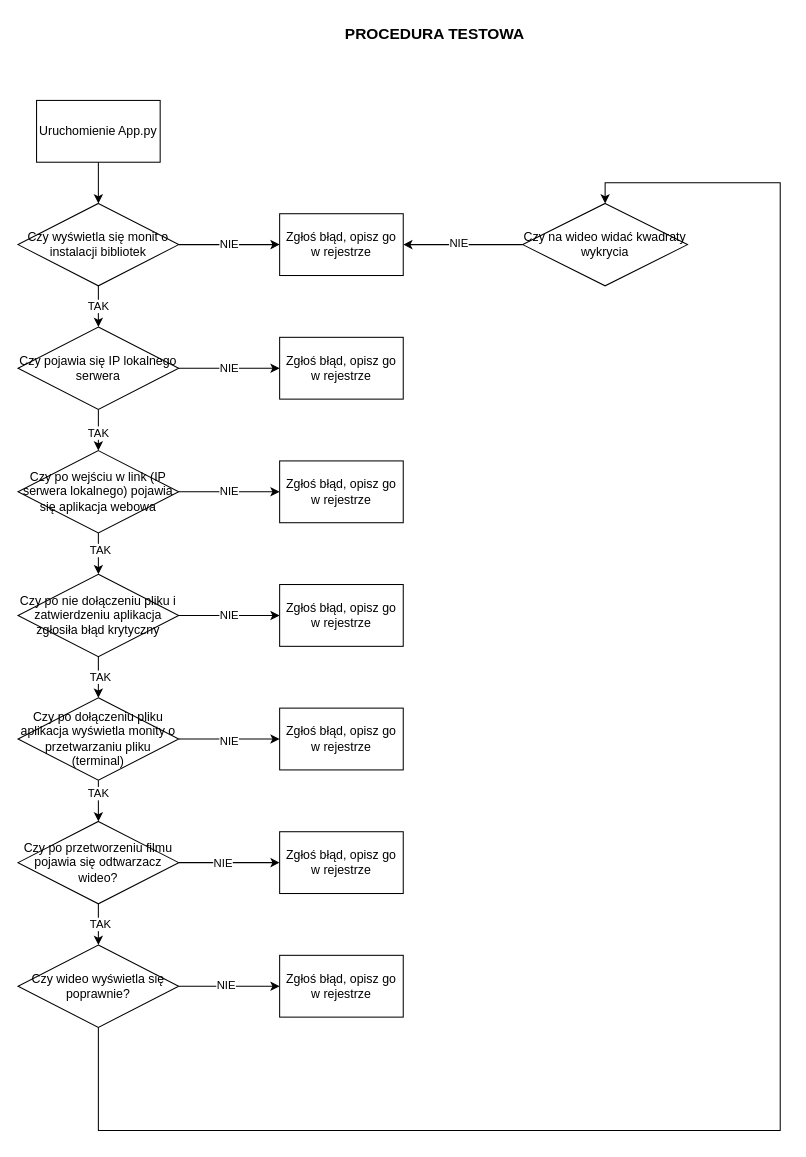
Before: LATO2024/Python/Projektv3/Testy aplikacji.drawio in maleckainez/NotatkiDSW, a draw.io diagram. Source tidied: cells renumbered, new cells numbered last; positions are measured from the earlier drawing's top-left corner, leaving out a move shared by most shapes. Both pictures are drawn from the tidied source at 103%, with x=0, y=0 at pixel (18, 18).
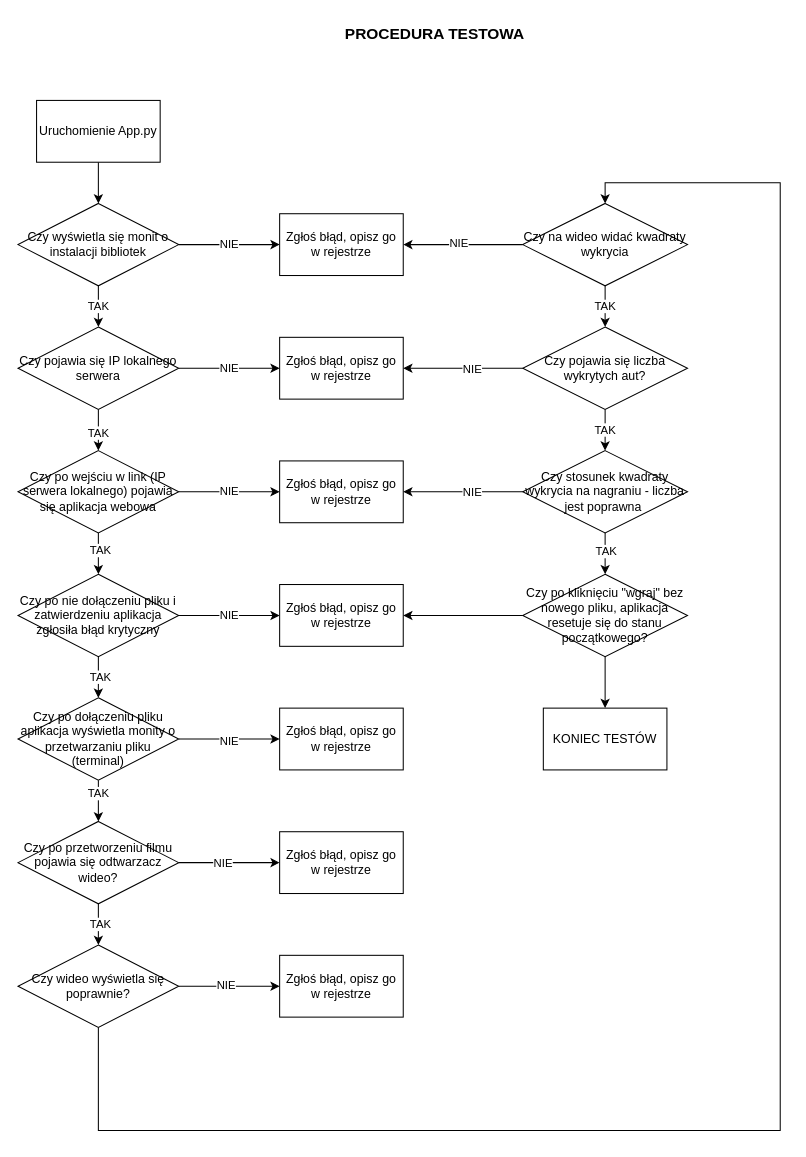
After the change.

The change refers to these unchanged cells:
```xml
<mxCell id="11" value="Zgłoś błąd, opisz go w rejestrze" style="whiteSpace=wrap;html=1;rounded=0;" parent="1" vertex="1">
  <mxGeometry x="254" y="310" width="120" height="60" as="geometry" />
</mxCell>
<mxCell id="16" value="Zgłoś błąd, opisz go w rejestrze" style="whiteSpace=wrap;html=1;rounded=0;" parent="1" vertex="1">
  <mxGeometry x="254" y="430" width="120" height="60" as="geometry" />
</mxCell>
<mxCell id="21" value="Zgłoś błąd, opisz go w rejestrze" style="whiteSpace=wrap;html=1;rounded=0;" parent="1" vertex="1">
  <mxGeometry x="254" y="550" width="120" height="60" as="geometry" />
</mxCell>
<mxCell id="44" value="Czy na wideo widać kwadraty wykrycia" style="rhombus;whiteSpace=wrap;html=1;rounded=0;" parent="1" vertex="1">
  <mxGeometry x="490" y="180" width="160" height="80" as="geometry" />
</mxCell>
```

What changed in the source:
```diff
@@
+    <mxCell id="45" value="TAK" style="edgeStyle=orthogonalEdgeStyle;rounded=0;jettySize=auto;html=1;" parent="1" edge="1" source="44" target="49">
+      <mxGeometry relative="1" as="geometry" />
+    </mxCell>
@@
+    <mxCell id="46" style="edgeStyle=orthogonalEdgeStyle;rounded=0;jettySize=auto;html=1;" parent="1" edge="1" source="49" target="11">
+      <mxGeometry relative="1" as="geometry" />
+    </mxCell>
+    <mxCell id="47" value="NIE" style="edgeLabel;html=1;align=center;verticalAlign=middle;" parent="46" vertex="1">
+      <mxGeometry x="-0.38" y="2" relative="1" as="geometry">
+        <mxPoint x="-14" y="-2" as="offset" />
+      </mxGeometry>
+    </mxCell>
+    <mxCell id="48" value="TAK" style="edgeStyle=orthogonalEdgeStyle;rounded=0;jettySize=auto;html=1;" parent="1" edge="1" source="49" target="54">
+      <mxGeometry relative="1" as="geometry" />
+    </mxCell>
+    <mxCell id="49" value="Czy pojawia się liczba wykrytych aut?" style="rhombus;whiteSpace=wrap;html=1;rounded=0;" parent="1" vertex="1">
+      <mxGeometry x="490" y="300" width="160" height="80" as="geometry" />
+    </mxCell>
+    <mxCell id="50" style="edgeStyle=orthogonalEdgeStyle;rounded=0;jettySize=auto;html=1;entryX=1;entryY=0.5;entryDx=0;entryDy=0;exitX=0;exitY=0.5;exitDx=0;exitDy=0;" parent="1" edge="1" source="54" target="16">
+      <mxGeometry relative="1" as="geometry" />
+    </mxCell>
+    <mxCell id="51" value="NIE" style="edgeLabel;html=1;align=center;verticalAlign=middle;" parent="50" vertex="1">
+      <mxGeometry x="0.03" y="6" relative="1" as="geometry">
+        <mxPoint x="10" y="-6" as="offset" />
+      </mxGeometry>
+    </mxCell>
+    <mxCell id="52" style="edgeStyle=orthogonalEdgeStyle;rounded=0;jettySize=auto;html=1;" parent="1" edge="1" source="54" target="57">
+      <mxGeometry relative="1" as="geometry" />
+    </mxCell>
+    <mxCell id="53" value="TAK" style="edgeLabel;html=1;align=center;verticalAlign=middle;" parent="52" vertex="1">
+      <mxGeometry x="-0.17" y="2" relative="1" as="geometry">
+        <mxPoint x="-2" as="offset" />
+      </mxGeometry>
+    </mxCell>
+    <mxCell id="54" value="Czy stosunek kwadraty wykrycia na nagraniu - liczba jest poprawna&amp;nbsp;" style="rhombus;whiteSpace=wrap;html=1;rounded=0;" parent="1" vertex="1">
+      <mxGeometry x="490" y="420" width="160" height="80" as="geometry" />
+    </mxCell>
+    <mxCell id="55" style="edgeStyle=orthogonalEdgeStyle;rounded=0;jettySize=auto;html=1;exitX=0;exitY=0.5;exitDx=0;exitDy=0;entryX=1;entryY=0.5;entryDx=0;entryDy=0;" parent="1" edge="1" source="57" target="21">
+      <mxGeometry relative="1" as="geometry" />
+    </mxCell>
+    <mxCell id="56" style="edgeStyle=orthogonalEdgeStyle;rounded=0;jettySize=auto;html=1;" parent="1" edge="1" source="57" target="58">
+      <mxGeometry relative="1" as="geometry" />
+    </mxCell>
+    <mxCell id="57" value="Czy po kliknięciu &quot;wgraj&quot; bez nowego pliku, aplikacja resetuje się do stanu początkowego?" style="rhombus;whiteSpace=wrap;html=1;rounded=0;" parent="1" vertex="1">
+      <mxGeometry x="490" y="540" width="160" height="80" as="geometry" />
+    </mxCell>
+    <mxCell id="58" value="KONIEC TESTÓW" style="whiteSpace=wrap;html=1;rounded=0;" parent="1" vertex="1">
+      <mxGeometry x="510" y="670" width="120" height="60" as="geometry" />
+    </mxCell>
```
